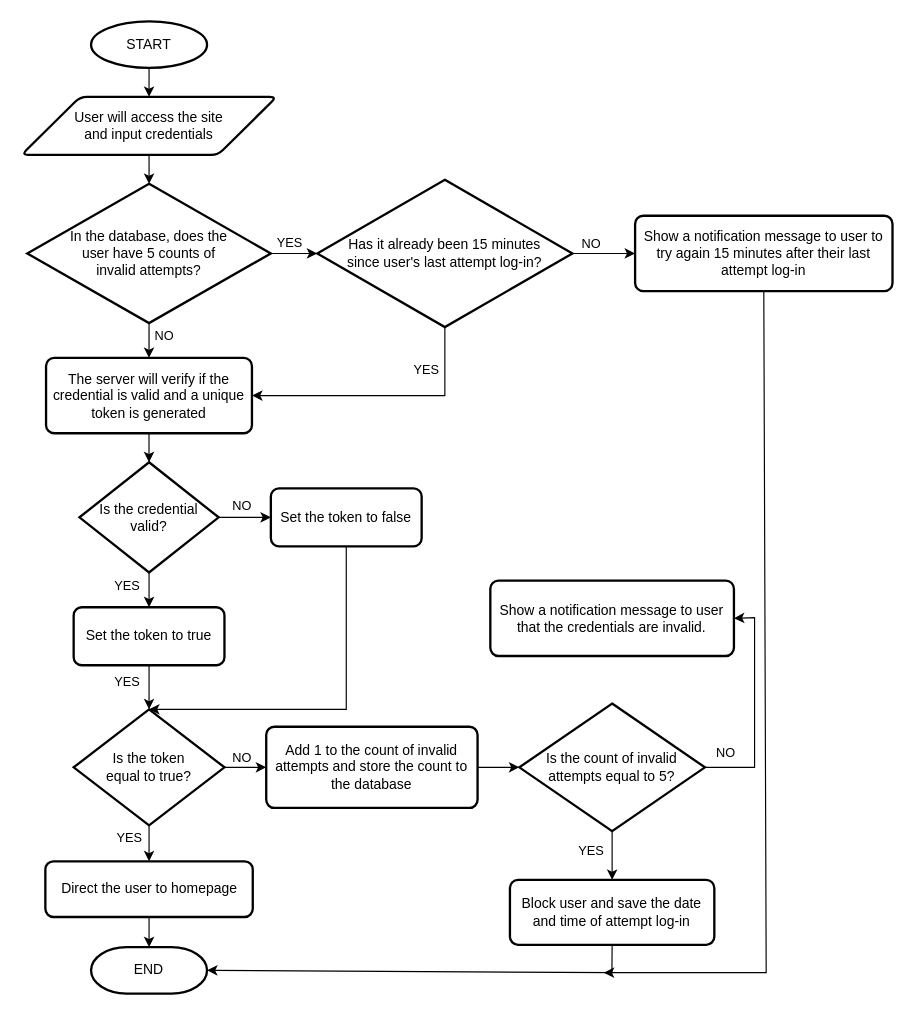
Above: LoggingInToWebsite.drawio in chriseanneocampo/Promotexter (draw.io), before the change. Source tidied: cells renumbered, new cells numbered last; positions are measured from the earlier drawing's top-left corner, leaving out a move shared by most shapes. Both pictures are drawn from the tidied source at 116%, with x=0, y=0 at pixel (21, 21).
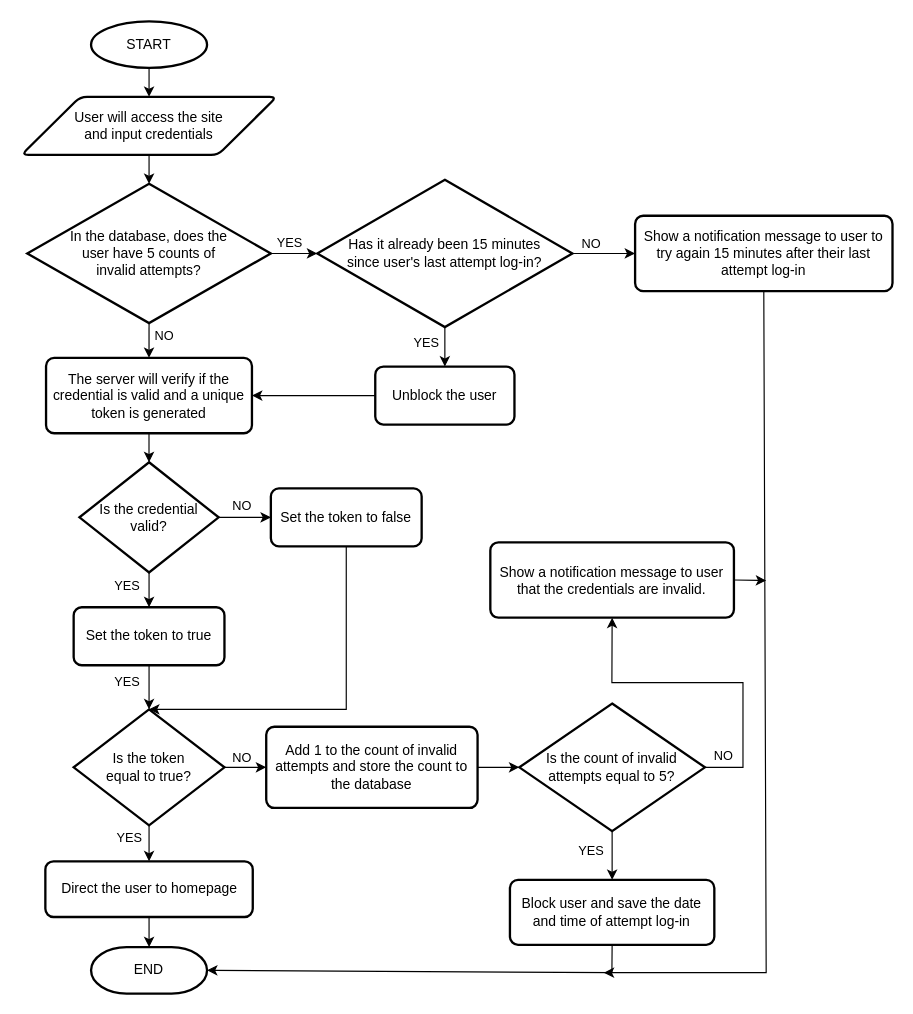
The same page after the edit.

Unchanged cells that the change refers to:
```xml
<mxCell id="10" value="The server will verify if the credential is valid and a unique token is generated" style="rounded=1;whiteSpace=wrap;html=1;absoluteArcSize=1;arcSize=14;strokeWidth=2;" parent="1" vertex="1">
  <mxGeometry x="21.2" y="290" width="177.5" height="65" as="geometry" />
</mxCell>
<mxCell id="17" value="Is the count of invalid attempts equal to 5?" style="strokeWidth=2;html=1;shape=mxgraph.flowchart.decision;whiteSpace=wrap;" parent="1" vertex="1">
  <mxGeometry x="429.2" y="588" width="160" height="110" as="geometry" />
</mxCell>
<mxCell id="22" value="Has it already been 15 minutes &lt;br&gt;since user's last attempt log-in?" style="strokeWidth=2;html=1;shape=mxgraph.flowchart.decision;whiteSpace=wrap;" parent="1" vertex="1">
  <mxGeometry x="255" y="136.5" width="220" height="127" as="geometry" />
</mxCell>
```

Change to the diagram source:
```diff
@@
-    <mxCell id="20" style="edgeStyle=orthogonalEdgeStyle;rounded=0;jettySize=auto;html=1;" parent="1" edge="1" source="22">
-      <mxGeometry relative="1" as="geometry">
-        <mxPoint x="198.8" y="322.5" as="targetPoint" />
-        <Array as="points">
-          <mxPoint x="365" y="323" />
-        </Array>
-      </mxGeometry>
-    </mxCell>
-    <mxCell id="21" value="YES" style="edgeLabel;html=1;align=center;verticalAlign=middle;" parent="20" vertex="1">
-      <mxGeometry x="-0.68" relative="1" as="geometry">
-        <mxPoint x="-17" as="offset" />
-      </mxGeometry>
-    </mxCell>
@@
     <mxCell id="45" value="Show a notification message to user that the credentials are invalid." style="rounded=1;whiteSpace=wrap;html=1;absoluteArcSize=1;arcSize=14;strokeWidth=2;" parent="1" vertex="1">
-      <mxGeometry x="404.2" y="482" width="210" height="65" as="geometry" />
+      <mxGeometry x="404.2" y="449" width="210" height="65" as="geometry" />
     </mxCell>
+    <mxCell id="48" style="edgeStyle=orthogonalEdgeStyle;rounded=0;orthogonalLoop=1;jettySize=auto;html=1;exitX=0.5;exitY=1;exitDx=0;exitDy=0;" parent="1" edge="1" source="45" target="45">
+      <mxGeometry relative="1" as="geometry" />
+    </mxCell>
-    <mxCell id="46" style="endArrow=classic;html=1;rounded=0;exitX=1;exitY=0.5;exitDx=0;exitDy=0;exitPerimeter=0;entryX=1;entryY=0.5;entryDx=0;entryDy=0;" parent="1" edge="1" source="17" target="45">
+    <mxCell id="46" style="endArrow=classic;html=1;rounded=0;exitX=1;exitY=0.5;exitDx=0;exitDy=0;exitPerimeter=0;entryX=0.5;entryY=1;entryDx=0;entryDy=0;" parent="1" edge="1" source="17" target="45">
       <mxGeometry relative="1" as="geometry">
         <Array as="points">
-          <mxPoint x="632" y="643" />
-          <mxPoint x="632" y="514" />
+          <mxPoint x="622" y="643" />
+          <mxPoint x="622" y="570" />
+          <mxPoint x="509" y="570" />
         </Array>
       </mxGeometry>
     </mxCell>
     <mxCell id="47" value="NO" style="edgeLabel;html=1;align=center;verticalAlign=middle;" parent="46" vertex="1">
-      <mxGeometry x="0.04" relative="1" as="geometry">
-        <mxPoint x="-26" y="44" as="offset" />
+      <mxGeometry x="-0.2" y="2" relative="1" as="geometry">
+        <mxPoint x="-13" y="60" as="offset" />
       </mxGeometry>
     </mxCell>
-    <mxCell id="48" style="edgeStyle=orthogonalEdgeStyle;rounded=0;orthogonalLoop=1;jettySize=auto;html=1;exitX=0.5;exitY=1;exitDx=0;exitDy=0;" parent="1" edge="1" source="45" target="45">
-      <mxGeometry relative="1" as="geometry" />
-    </mxCell>
+    <mxCell id="49" style="endArrow=classic;html=1;rounded=0;exitX=1;exitY=0.5;exitDx=0;exitDy=0;" parent="1" edge="1" source="45">
+      <mxGeometry relative="1" as="geometry">
+        <mxPoint x="642" y="482" as="targetPoint" />
+      </mxGeometry>
+    </mxCell>
+    <mxCell id="50" value="Unblock the user" style="rounded=1;whiteSpace=wrap;html=1;absoluteArcSize=1;arcSize=14;strokeWidth=2;" parent="1" vertex="1">
+      <mxGeometry x="305" y="297.5" width="120" height="50" as="geometry" />
+    </mxCell>
+    <mxCell id="51" style="endArrow=classic;html=1;rounded=0;exitX=0.5;exitY=1;exitDx=0;exitDy=0;exitPerimeter=0;entryX=0.5;entryY=0;entryDx=0;entryDy=0;" parent="1" edge="1" source="22" target="50">
+      <mxGeometry relative="1" as="geometry" />
+    </mxCell>
+    <mxCell id="21" value="YES" style="edgeLabel;html=1;align=center;verticalAlign=middle;" parent="51" vertex="1">
+      <mxGeometry x="-0.45" relative="1" as="geometry">
+        <mxPoint x="-17" y="4" as="offset" />
+      </mxGeometry>
+    </mxCell>
+    <mxCell id="52" style="endArrow=classic;html=1;rounded=0;exitX=0;exitY=0.5;exitDx=0;exitDy=0;entryX=1;entryY=0.5;entryDx=0;entryDy=0;" parent="1" edge="1" source="50" target="10">
+      <mxGeometry relative="1" as="geometry" />
+    </mxCell>
```
